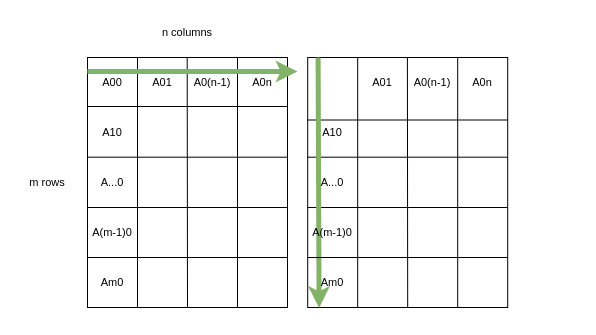
jolyons123/kp-matmul-bench keeps this draw.io diagram as 10-doc/figures/mm.drawio. Above is the earlier version. Source tidied: cells renumbered, new cells numbered last; positions are measured from the earlier drawing's top-left corner, leaving out a move shared by most shapes. Both pictures are drawn from the tidied source at 100%, with x=0, y=0 at pixel (17, 17).
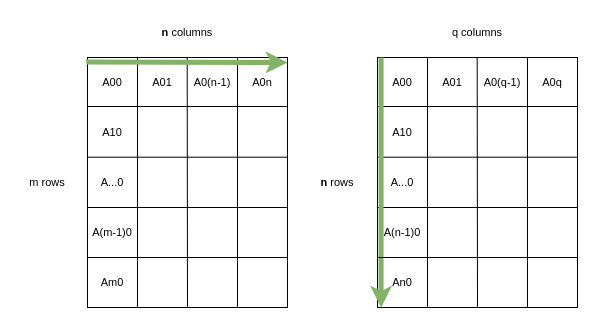
The same page after the edit.

Unchanged cells that the change refers to:
```xml
<mxCell id="2" style="rounded=0;whiteSpace=wrap;html=1;" parent="1" vertex="1">
  <mxGeometry x="70" y="40" width="200" height="250" as="geometry" />
</mxCell>
<mxCell id="11" value="A00" style="text;html=1;strokeColor=none;fillColor=none;align=center;verticalAlign=middle;whiteSpace=wrap;rounded=0;fontSize=11;" parent="1" vertex="1">
  <mxGeometry x="70" y="50" width="50" height="30" as="geometry" />
</mxCell>
```

The edit, as a diff of the source:
```diff
@@
-    <mxCell id="9" style="endArrow=classic;html=1;rounded=0;exitX=-0.001;exitY=0.136;exitDx=0;exitDy=0;exitPerimeter=0;fontSize=11;strokeWidth=5;fillColor=#d5e8d4;strokeColor=#82b366;startArrow=none;" parent="1" edge="1" source="11">
+    <mxCell id="9" style="endArrow=classic;html=1;rounded=0;exitX=-0.006;exitY=0.018;exitDx=0;exitDy=0;exitPerimeter=0;fontSize=11;strokeWidth=5;fillColor=#d5e8d4;strokeColor=#82b366;startArrow=none;" parent="1" edge="1" source="2">
       <mxGeometry relative="1" as="geometry">
-        <mxPoint x="280" y="54" as="targetPoint" />
+        <mxPoint x="270" y="45" as="targetPoint" />
       </mxGeometry>
     </mxCell>
@@
-    <mxCell id="16" value="n columns" style="text;html=1;strokeColor=none;fillColor=none;align=center;verticalAlign=middle;whiteSpace=wrap;rounded=0;fontSize=11;" parent="1" vertex="1">
+    <mxCell id="16" value="&lt;b&gt;n&lt;/b&gt; columns" style="text;html=1;strokeColor=none;fillColor=none;align=center;verticalAlign=middle;whiteSpace=wrap;rounded=0;fontSize=11;" parent="1" vertex="1">
       <mxGeometry x="140" width="60" height="30" as="geometry" />
     </mxCell>
@@
-    <mxCell id="22" style="rounded=0;whiteSpace=wrap;html=1;" parent="1" vertex="1">
-      <mxGeometry x="290.2" y="40" width="200" height="250" as="geometry" />
-    </mxCell>
-    <mxCell id="23" style="endArrow=none;html=1;rounded=0;entryX=0.25;entryY=0;entryDx=0;entryDy=0;exitX=0.25;exitY=1;exitDx=0;exitDy=0;" parent="1" edge="1" source="22" target="22">
-      <mxGeometry relative="1" as="geometry" />
-    </mxCell>
-    <mxCell id="24" style="endArrow=none;html=1;rounded=0;entryX=0.25;entryY=0;entryDx=0;entryDy=0;exitX=0.5;exitY=1;exitDx=0;exitDy=0;" parent="1" edge="1" source="22">
-      <mxGeometry relative="1" as="geometry">
-        <mxPoint x="389.9" y="40" as="targetPoint" />
-      </mxGeometry>
-    </mxCell>
-    <mxCell id="25" style="endArrow=none;html=1;rounded=0;entryX=0.25;entryY=0;entryDx=0;entryDy=0;exitX=0.75;exitY=1;exitDx=0;exitDy=0;" parent="1" edge="1" source="22">
-      <mxGeometry relative="1" as="geometry">
-        <mxPoint x="440.2" y="40" as="targetPoint" />
-      </mxGeometry>
-    </mxCell>
-    <mxCell id="26" style="endArrow=none;html=1;rounded=0;entryX=1;entryY=0.25;entryDx=0;entryDy=0;exitX=0;exitY=0.25;exitDx=0;exitDy=0;" parent="1" edge="1" source="22" target="22">
-      <mxGeometry relative="1" as="geometry" />
-    </mxCell>
-    <mxCell id="27" style="endArrow=none;html=1;rounded=0;entryX=1;entryY=0.25;entryDx=0;entryDy=0;exitX=0;exitY=0.25;exitDx=0;exitDy=0;" parent="1" edge="1">
-      <mxGeometry relative="1" as="geometry">
-        <mxPoint x="290.2" y="139.7" as="sourcePoint" />
-        <mxPoint x="490.2" y="139.7" as="targetPoint" />
-      </mxGeometry>
-    </mxCell>
-    <mxCell id="28" style="endArrow=none;html=1;rounded=0;entryX=1;entryY=0.25;entryDx=0;entryDy=0;exitX=0;exitY=0.25;exitDx=0;exitDy=0;" parent="1" edge="1">
-      <mxGeometry relative="1" as="geometry">
-        <mxPoint x="290.2" y="190" as="sourcePoint" />
-        <mxPoint x="490.2" y="190" as="targetPoint" />
-      </mxGeometry>
-    </mxCell>
-    <mxCell id="29" style="endArrow=classic;html=1;rounded=0;exitX=0.052;exitY=0;exitDx=0;exitDy=0;exitPerimeter=0;fontSize=11;strokeWidth=5;fillColor=#d5e8d4;strokeColor=#82b366;startArrow=none;entryX=0.057;entryY=1.002;entryDx=0;entryDy=0;entryPerimeter=0;" parent="1" edge="1" source="22" target="22">
-      <mxGeometry relative="1" as="geometry" />
-    </mxCell>
-    <mxCell id="30" value="Am0" style="text;html=1;strokeColor=none;fillColor=none;align=center;verticalAlign=middle;whiteSpace=wrap;rounded=0;fontSize=11;" parent="1" vertex="1">
-      <mxGeometry x="290.2" y="250" width="50" height="30" as="geometry" />
-    </mxCell>
-    <mxCell id="31" style="endArrow=none;html=1;rounded=0;exitX=-0.001;exitY=0.136;exitDx=0;exitDy=0;exitPerimeter=0;fontSize=11;strokeWidth=5;fillColor=#d5e8d4;strokeColor=#82b366;" parent="1" edge="1" source="22">
-      <mxGeometry relative="1" as="geometry">
-        <mxPoint x="290.2" y="73.9" as="targetPoint" />
-      </mxGeometry>
-    </mxCell>
+    <mxCell id="39" style="rounded=0;whiteSpace=wrap;html=1;" parent="1" vertex="1">
+      <mxGeometry x="360" y="40" width="200" height="250" as="geometry" />
+    </mxCell>
+    <mxCell id="40" style="endArrow=none;html=1;rounded=0;entryX=0.25;entryY=0;entryDx=0;entryDy=0;exitX=0.25;exitY=1;exitDx=0;exitDy=0;" parent="1" edge="1" source="39" target="39">
+      <mxGeometry relative="1" as="geometry" />
+    </mxCell>
+    <mxCell id="41" style="endArrow=none;html=1;rounded=0;entryX=0.25;entryY=0;entryDx=0;entryDy=0;exitX=0.5;exitY=1;exitDx=0;exitDy=0;" parent="1" edge="1" source="39">
+      <mxGeometry relative="1" as="geometry">
+        <mxPoint x="459.7" y="40" as="targetPoint" />
+      </mxGeometry>
+    </mxCell>
+    <mxCell id="42" style="endArrow=none;html=1;rounded=0;entryX=0.25;entryY=0;entryDx=0;entryDy=0;exitX=0.75;exitY=1;exitDx=0;exitDy=0;" parent="1" edge="1" source="39">
+      <mxGeometry relative="1" as="geometry">
+        <mxPoint x="510" y="40" as="targetPoint" />
+      </mxGeometry>
+    </mxCell>
+    <mxCell id="43" style="endArrow=none;html=1;rounded=0;" parent="1" edge="1">
+      <mxGeometry relative="1" as="geometry">
+        <mxPoint x="360" y="89" as="sourcePoint" />
+        <mxPoint x="560" y="89" as="targetPoint" />
+      </mxGeometry>
+    </mxCell>
+    <mxCell id="44" style="endArrow=none;html=1;rounded=0;entryX=1;entryY=0.25;entryDx=0;entryDy=0;exitX=0;exitY=0.25;exitDx=0;exitDy=0;" parent="1" edge="1">
+      <mxGeometry relative="1" as="geometry">
+        <mxPoint x="360" y="139.7" as="sourcePoint" />
+        <mxPoint x="560" y="139.7" as="targetPoint" />
+      </mxGeometry>
+    </mxCell>
+    <mxCell id="45" style="endArrow=none;html=1;rounded=0;entryX=1;entryY=0.25;entryDx=0;entryDy=0;exitX=0;exitY=0.25;exitDx=0;exitDy=0;" parent="1" edge="1">
+      <mxGeometry relative="1" as="geometry">
+        <mxPoint x="360" y="190" as="sourcePoint" />
+        <mxPoint x="560" y="190" as="targetPoint" />
+      </mxGeometry>
+    </mxCell>
+    <mxCell id="46" style="endArrow=classic;html=1;rounded=0;exitX=0.018;exitY=0;exitDx=0;exitDy=0;exitPerimeter=0;fontSize=11;strokeWidth=5;fillColor=#d5e8d4;strokeColor=#82b366;startArrow=none;entryX=0.018;entryY=1.001;entryDx=0;entryDy=0;entryPerimeter=0;" parent="1" edge="1" source="39" target="39">
+      <mxGeometry relative="1" as="geometry" />
+    </mxCell>
+    <mxCell id="47" value="An0" style="text;html=1;strokeColor=none;fillColor=none;align=center;verticalAlign=middle;whiteSpace=wrap;rounded=0;fontSize=11;" parent="1" vertex="1">
+      <mxGeometry x="360" y="250" width="50" height="30" as="geometry" />
+    </mxCell>
+    <mxCell id="48" value="A00" style="text;html=1;strokeColor=none;fillColor=none;align=center;verticalAlign=middle;whiteSpace=wrap;rounded=0;fontSize=11;" parent="1" vertex="1">
+      <mxGeometry x="360" y="50" width="50" height="30" as="geometry" />
+    </mxCell>
+    <mxCell id="49" style="endArrow=none;html=1;rounded=0;exitX=-0.001;exitY=0.136;exitDx=0;exitDy=0;exitPerimeter=0;fontSize=11;strokeWidth=5;fillColor=#d5e8d4;strokeColor=#82b366;" parent="1" edge="1" source="39" target="48">
+      <mxGeometry relative="1" as="geometry" />
+    </mxCell>
     <mxCell id="32" value="A01" style="text;html=1;strokeColor=none;fillColor=none;align=center;verticalAlign=middle;whiteSpace=wrap;rounded=0;fontSize=11;" parent="1" vertex="1">
-      <mxGeometry x="340.2" y="50" width="50" height="30" as="geometry" />
+      <mxGeometry x="410" y="50" width="50" height="30" as="geometry" />
     </mxCell>
-    <mxCell id="33" value="A0(n-1)" style="text;html=1;strokeColor=none;fillColor=none;align=center;verticalAlign=middle;whiteSpace=wrap;rounded=0;fontSize=11;" parent="1" vertex="1">
-      <mxGeometry x="390.2" y="50" width="50" height="30" as="geometry" />
-    </mxCell>
-    <mxCell id="34" value="A0n" style="text;html=1;strokeColor=none;fillColor=none;align=center;verticalAlign=middle;whiteSpace=wrap;rounded=0;fontSize=11;" parent="1" vertex="1">
-      <mxGeometry x="440.2" y="50" width="50" height="30" as="geometry" />
-    </mxCell>
-    <mxCell id="35" value="A(m-1)0" style="text;html=1;strokeColor=none;fillColor=none;align=center;verticalAlign=middle;whiteSpace=wrap;rounded=0;fontSize=11;" parent="1" vertex="1">
-      <mxGeometry x="290.2" y="200" width="50" height="30" as="geometry" />
-    </mxCell>
+    <mxCell id="50" value="A0(q-1)" style="text;html=1;strokeColor=none;fillColor=none;align=center;verticalAlign=middle;whiteSpace=wrap;rounded=0;fontSize=11;" parent="1" vertex="1">
+      <mxGeometry x="460" y="50" width="50" height="30" as="geometry" />
+    </mxCell>
+    <mxCell id="51" value="A0q" style="text;html=1;strokeColor=none;fillColor=none;align=center;verticalAlign=middle;whiteSpace=wrap;rounded=0;fontSize=11;" parent="1" vertex="1">
+      <mxGeometry x="510" y="50" width="50" height="30" as="geometry" />
+    </mxCell>
+    <mxCell id="52" value="q columns" style="text;html=1;strokeColor=none;fillColor=none;align=center;verticalAlign=middle;whiteSpace=wrap;rounded=0;fontSize=11;" parent="1" vertex="1">
+      <mxGeometry x="430" width="60" height="30" as="geometry" />
+    </mxCell>
+    <mxCell id="53" value="&lt;b&gt;n&lt;/b&gt; rows" style="text;html=1;strokeColor=none;fillColor=none;align=center;verticalAlign=middle;whiteSpace=wrap;rounded=0;fontSize=11;" parent="1" vertex="1">
+      <mxGeometry x="290" y="150" width="60" height="30" as="geometry" />
+    </mxCell>
+    <mxCell id="54" value="A(n-1)0" style="text;html=1;strokeColor=none;fillColor=none;align=center;verticalAlign=middle;whiteSpace=wrap;rounded=0;fontSize=11;" parent="1" vertex="1">
+      <mxGeometry x="360" y="200" width="50" height="30" as="geometry" />
+    </mxCell>
     <mxCell id="36" value="A10" style="text;html=1;strokeColor=none;fillColor=none;align=center;verticalAlign=middle;whiteSpace=wrap;rounded=0;fontSize=11;" parent="1" vertex="1">
-      <mxGeometry x="290.2" y="100" width="50" height="30" as="geometry" />
+      <mxGeometry x="360" y="100" width="50" height="30" as="geometry" />
     </mxCell>
-    <mxCell id="37" style="endArrow=none;html=1;rounded=0;entryX=1;entryY=0.25;entryDx=0;entryDy=0;exitX=0;exitY=0.25;exitDx=0;exitDy=0;" parent="1" edge="1">
-      <mxGeometry relative="1" as="geometry">
-        <mxPoint x="290.2" y="240" as="sourcePoint" />
-        <mxPoint x="490.2" y="240" as="targetPoint" />
-      </mxGeometry>
-    </mxCell>
+    <mxCell id="55" style="endArrow=none;html=1;rounded=0;entryX=1;entryY=0.25;entryDx=0;entryDy=0;exitX=0;exitY=0.25;exitDx=0;exitDy=0;" parent="1" edge="1">
+      <mxGeometry relative="1" as="geometry">
+        <mxPoint x="360" y="240" as="sourcePoint" />
+        <mxPoint x="560" y="240" as="targetPoint" />
+      </mxGeometry>
+    </mxCell>
     <mxCell id="38" value="A...0" style="text;html=1;strokeColor=none;fillColor=none;align=center;verticalAlign=middle;whiteSpace=wrap;rounded=0;fontSize=11;" parent="1" vertex="1">
-      <mxGeometry x="290.2" y="150" width="50" height="30" as="geometry" />
+      <mxGeometry x="360" y="150" width="50" height="30" as="geometry" />
     </mxCell>
```
